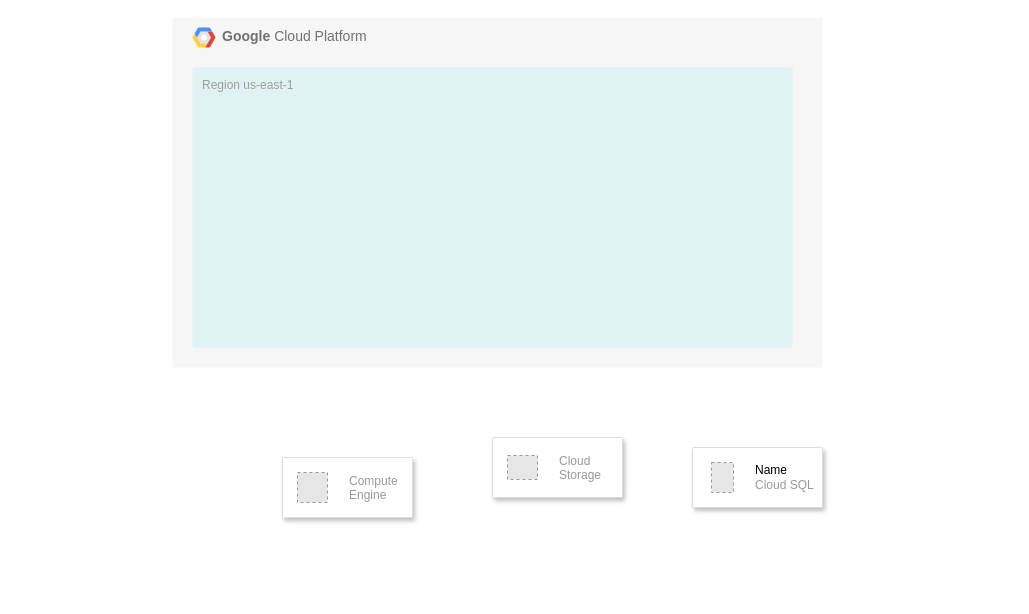
Earlier version of the draw.io diagram gcp.drawio (gryto/CapstoneProjectAWS). Source tidied: cells renumbered, new cells numbered last; positions are measured from the earlier drawing's top-left corner, leaving out a move shared by most shapes. Both pictures are drawn from the tidied source at 100%, with x=0, y=0 at pixel (172, 17). Pictures stored in the file or linked from it are replaced by grey dashed boxes.
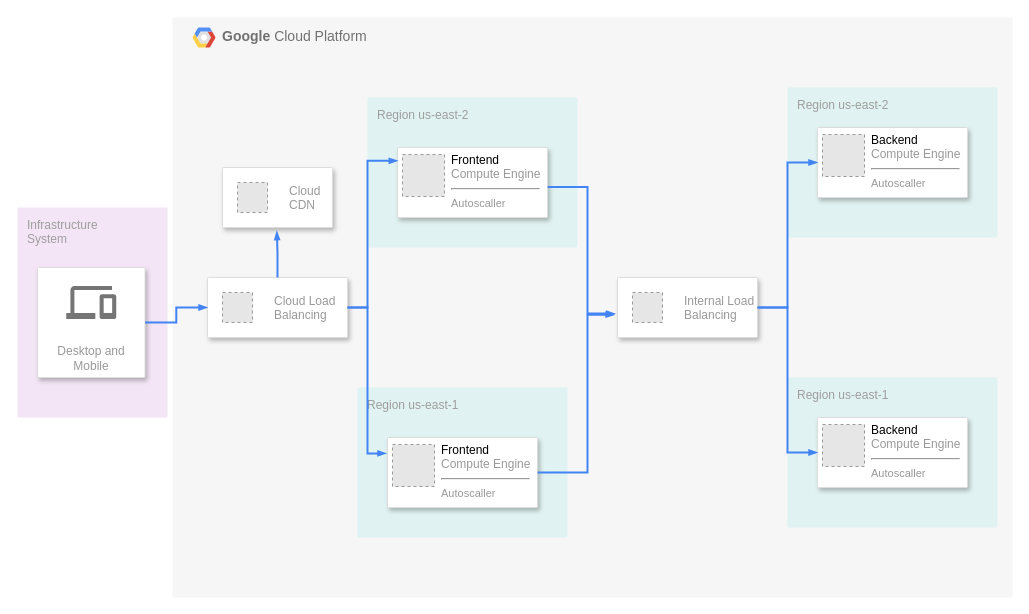
After the change.

What changed in the source:
```diff
@@
+    <mxCell id="11" value="Infrastructure&#10;System" style="sketch=0;rounded=1;absoluteArcSize=1;arcSize=2;html=1;strokeColor=none;gradientColor=none;shadow=0;dashed=0;fontSize=12;fontColor=#9E9E9E;align=left;verticalAlign=top;spacing=10;spacingTop=-4;fillColor=#F3E5F5;" parent="1" vertex="1">
+      <mxGeometry x="-155" y="190" width="150" height="210" as="geometry" />
+    </mxCell>
+    <mxCell id="12" value="Desktop and Mobile" style="strokeColor=#dddddd;shadow=1;strokeWidth=1;rounded=1;absoluteArcSize=1;arcSize=2;labelPosition=center;verticalLabelPosition=middle;align=center;verticalAlign=bottom;spacingLeft=0;fontColor=#999999;fontSize=12;whiteSpace=wrap;spacingBottom=2;" parent="1" vertex="1">
+      <mxGeometry x="-135" y="250" width="107.5" height="110" as="geometry" />
+    </mxCell>
+    <mxCell id="13" style="sketch=0;dashed=0;html=1;fillColor=#757575;strokeColor=none;shape=mxgraph.gcp2.desktop_and_mobile;" parent="12" vertex="1">
+      <mxGeometry x="0.5" width="50" height="33" relative="1" as="geometry">
+        <mxPoint x="-25" y="18.5" as="offset" />
+      </mxGeometry>
+    </mxCell>
-    <mxCell id="2" value="&lt;b&gt;Google &lt;/b&gt;Cloud Platform" style="fillColor=#F6F6F6;strokeColor=none;shadow=0;gradientColor=none;fontSize=14;align=left;spacing=10;fontColor=#717171;9E9E9E;verticalAlign=top;spacingTop=-4;fontStyle=0;spacingLeft=40;html=1;" parent="1" vertex="1">
-      <mxGeometry width="650" height="350" as="geometry" />
+    <mxCell id="2" value="&lt;b&gt;Google &lt;/b&gt;Cloud Platform" style="fillColor=#F6F6F6;strokeColor=none;shadow=0;gradientColor=none;fontSize=14;align=left;spacing=10;fontColor=#717171;9E9E9E;verticalAlign=top;spacingTop=-4;fontStyle=0;spacingLeft=40;html=1;imageAspect=0;" parent="1" vertex="1">
+      <mxGeometry width="840" height="580" as="geometry" />
     </mxCell>
@@
-    <mxCell id="4" value="Region us-east-1" style="sketch=0;rounded=1;absoluteArcSize=1;arcSize=2;html=1;strokeColor=none;gradientColor=none;shadow=0;dashed=0;fontSize=12;fontColor=#9E9E9E;align=left;verticalAlign=top;spacing=10;spacingTop=-4;fillColor=#E0F2F1;" parent="2" vertex="1">
-      <mxGeometry x="20" y="50" width="600" height="280" as="geometry" />
-    </mxCell>
-    <mxCell id="5" style="strokeColor=#dddddd;shadow=1;strokeWidth=1;rounded=1;absoluteArcSize=1;arcSize=2;" parent="1" vertex="1">
-      <mxGeometry x="520" y="430" width="130" height="60" as="geometry" />
-    </mxCell>
-    <mxCell id="6" value="&lt;font color=&quot;#000000&quot;&gt;Name&lt;/font&gt;&lt;br&gt;Cloud SQL" style="fillColor=#E6E6E6;strokeColor=#999999;dashed=1;html=1;fontColor=#999999;verticalLabelPosition=middle;labelBackgroundColor=#ffffff;verticalAlign=middle;labelPosition=right;align=left;spacingLeft=20;" parent="5" vertex="1">
-      <mxGeometry width="22" height="30" relative="1" as="geometry">
-        <mxPoint x="19" y="15" as="offset" />
-      </mxGeometry>
-    </mxCell>
-    <mxCell id="7" style="strokeColor=#dddddd;shadow=1;strokeWidth=1;rounded=1;absoluteArcSize=1;arcSize=2;" parent="1" vertex="1">
-      <mxGeometry x="110" y="440" width="130" height="60" as="geometry" />
-    </mxCell>
-    <mxCell id="8" value="Compute&#10;Engine" style="fillColor=#E6E6E6;strokeColor=#999999;dashed=1;fontColor=#999999;verticalLabelPosition=middle;labelBackgroundColor=#ffffff;verticalAlign=middle;labelPosition=right;align=left;spacingLeft=20;" parent="7" vertex="1">
-      <mxGeometry width="30" height="30" relative="1" as="geometry">
-        <mxPoint x="15" y="15" as="offset" />
-      </mxGeometry>
-    </mxCell>
-    <mxCell id="9" style="strokeColor=#dddddd;shadow=1;strokeWidth=1;rounded=1;absoluteArcSize=1;arcSize=2;" parent="1" vertex="1">
-      <mxGeometry x="320" y="420" width="130" height="60" as="geometry" />
-    </mxCell>
-    <mxCell id="10" value="Cloud&#10;Storage" style="fillColor=#E6E6E6;strokeColor=#999999;dashed=1;fontColor=#999999;verticalLabelPosition=middle;labelBackgroundColor=#ffffff;verticalAlign=middle;labelPosition=right;align=left;spacingLeft=20;" parent="9" vertex="1">
-      <mxGeometry width="30" height="24" relative="1" as="geometry">
-        <mxPoint x="15" y="18" as="offset" />
-      </mxGeometry>
-    </mxCell>
+    <mxCell id="14" style="strokeColor=#dddddd;shadow=1;strokeWidth=1;rounded=1;absoluteArcSize=1;arcSize=2;" parent="2" vertex="1">
+      <mxGeometry x="35" y="260" width="140" height="60" as="geometry" />
+    </mxCell>
+    <mxCell id="15" value="Cloud Load&#10;Balancing" style="fillColor=#E6E6E6;strokeColor=#999999;dashed=1;fontColor=#999999;verticalLabelPosition=middle;labelBackgroundColor=#ffffff;verticalAlign=middle;labelPosition=right;align=left;spacingLeft=20;" parent="14" vertex="1">
+      <mxGeometry width="30" height="30" relative="1" as="geometry">
+        <mxPoint x="15" y="15" as="offset" />
+      </mxGeometry>
+    </mxCell>
+    <mxCell id="16" value="Region us-east-1" style="sketch=0;rounded=1;absoluteArcSize=1;arcSize=2;html=1;strokeColor=none;gradientColor=none;shadow=0;dashed=0;fontSize=12;fontColor=#9E9E9E;align=left;verticalAlign=top;spacing=10;spacingTop=-4;fillColor=#E0F2F1;" parent="2" vertex="1">
+      <mxGeometry x="185" y="370" width="210" height="150" as="geometry" />
+    </mxCell>
+    <mxCell id="17" value="Region us-east-1" style="sketch=0;rounded=1;absoluteArcSize=1;arcSize=2;html=1;strokeColor=none;gradientColor=none;shadow=0;dashed=0;fontSize=12;fontColor=#9E9E9E;align=left;verticalAlign=top;spacing=10;spacingTop=-4;fillColor=#E0F2F1;" parent="2" vertex="1">
+      <mxGeometry x="615" y="360" width="210" height="150" as="geometry" />
+    </mxCell>
+    <mxCell id="18" style="strokeColor=#dddddd;shadow=1;strokeWidth=1;rounded=1;absoluteArcSize=1;arcSize=2;" parent="2" vertex="1">
+      <mxGeometry x="215" y="420" width="150" height="70" as="geometry" />
+    </mxCell>
+    <mxCell id="19" value="&lt;font color=&quot;#000000&quot;&gt;Frontend&lt;/font&gt;&lt;br&gt;Compute Engine&lt;hr&gt;&lt;font style=&quot;font-size: 11px&quot;&gt;Autoscaller&lt;/font&gt;" style="fillColor=#E6E6E6;strokeColor=#999999;dashed=1;html=1;labelPosition=right;verticalLabelPosition=middle;align=left;verticalAlign=top;spacingLeft=5;fontColor=#999999;fontSize=12;spacingTop=-8;" parent="18" vertex="1">
+      <mxGeometry width="42" height="42" relative="1" as="geometry">
+        <mxPoint x="5" y="7" as="offset" />
+      </mxGeometry>
+    </mxCell>
+    <mxCell id="20" style="strokeColor=#dddddd;shadow=1;strokeWidth=1;rounded=1;absoluteArcSize=1;arcSize=2;" parent="2" vertex="1">
+      <mxGeometry x="645" y="400" width="150" height="70" as="geometry" />
+    </mxCell>
+    <mxCell id="21" value="&lt;font color=&quot;#000000&quot;&gt;Backend&lt;/font&gt;&lt;br&gt;Compute Engine&lt;hr&gt;&lt;font style=&quot;font-size: 11px&quot;&gt;Autoscaller&lt;/font&gt;" style="fillColor=#E6E6E6;strokeColor=#999999;dashed=1;html=1;labelPosition=right;verticalLabelPosition=middle;align=left;verticalAlign=top;spacingLeft=5;fontColor=#999999;fontSize=12;spacingTop=-8;" parent="20" vertex="1">
+      <mxGeometry width="42" height="42" relative="1" as="geometry">
+        <mxPoint x="5" y="7" as="offset" />
+      </mxGeometry>
+    </mxCell>
+    <mxCell id="22" value="Region us-east-2" style="sketch=0;rounded=1;absoluteArcSize=1;arcSize=2;html=1;strokeColor=none;gradientColor=none;shadow=0;dashed=0;fontSize=12;fontColor=#9E9E9E;align=left;verticalAlign=top;spacing=10;spacingTop=-4;fillColor=#E0F2F1;" parent="2" vertex="1">
+      <mxGeometry x="195" y="80" width="210" height="150" as="geometry" />
+    </mxCell>
+    <mxCell id="23" value="Region us-east-2" style="sketch=0;rounded=1;absoluteArcSize=1;arcSize=2;html=1;strokeColor=none;gradientColor=none;shadow=0;dashed=0;fontSize=12;fontColor=#9E9E9E;align=left;verticalAlign=top;spacing=10;spacingTop=-4;fillColor=#E0F2F1;" parent="2" vertex="1">
+      <mxGeometry x="615" y="70" width="210" height="150" as="geometry" />
+    </mxCell>
+    <mxCell id="24" style="strokeColor=#dddddd;shadow=1;strokeWidth=1;rounded=1;absoluteArcSize=1;arcSize=2;" parent="2" vertex="1">
+      <mxGeometry x="225" y="130" width="150" height="70" as="geometry" />
+    </mxCell>
+    <mxCell id="25" value="&lt;font color=&quot;#000000&quot;&gt;Frontend&lt;/font&gt;&lt;br&gt;Compute Engine&lt;hr&gt;&lt;font style=&quot;font-size: 11px&quot;&gt;Autoscaller&lt;/font&gt;" style="fillColor=#E6E6E6;strokeColor=#999999;dashed=1;html=1;labelPosition=right;verticalLabelPosition=middle;align=left;verticalAlign=top;spacingLeft=5;fontColor=#999999;fontSize=12;spacingTop=-8;" parent="24" vertex="1">
+      <mxGeometry width="42" height="42" relative="1" as="geometry">
+        <mxPoint x="5" y="7" as="offset" />
+      </mxGeometry>
+    </mxCell>
+    <mxCell id="26" style="strokeColor=#dddddd;shadow=1;strokeWidth=1;rounded=1;absoluteArcSize=1;arcSize=2;" parent="2" vertex="1">
+      <mxGeometry x="645" y="110" width="150" height="70" as="geometry" />
+    </mxCell>
+    <mxCell id="27" value="&lt;font color=&quot;#000000&quot;&gt;Backend&lt;/font&gt;&lt;br&gt;Compute Engine&lt;hr&gt;&lt;font style=&quot;font-size: 11px&quot;&gt;Autoscaller&lt;/font&gt;" style="fillColor=#E6E6E6;strokeColor=#999999;dashed=1;html=1;labelPosition=right;verticalLabelPosition=middle;align=left;verticalAlign=top;spacingLeft=5;fontColor=#999999;fontSize=12;spacingTop=-8;" parent="26" vertex="1">
+      <mxGeometry width="42" height="42" relative="1" as="geometry">
+        <mxPoint x="5" y="7" as="offset" />
+      </mxGeometry>
+    </mxCell>
+    <mxCell id="28" style="strokeColor=#dddddd;shadow=1;strokeWidth=1;rounded=1;absoluteArcSize=1;arcSize=2;" parent="2" vertex="1">
+      <mxGeometry x="445" y="260" width="140" height="60" as="geometry" />
+    </mxCell>
+    <mxCell id="29" value="Internal Load&#10;Balancing" style="fillColor=#E6E6E6;strokeColor=#999999;dashed=1;fontColor=#999999;verticalLabelPosition=middle;labelBackgroundColor=#ffffff;verticalAlign=middle;labelPosition=right;align=left;spacingLeft=20;" parent="28" vertex="1">
+      <mxGeometry width="30" height="30" relative="1" as="geometry">
+        <mxPoint x="15" y="15" as="offset" />
+      </mxGeometry>
+    </mxCell>
+    <mxCell id="30" style="strokeColor=#dddddd;shadow=1;strokeWidth=1;rounded=1;absoluteArcSize=1;arcSize=2;" parent="2" vertex="1">
+      <mxGeometry x="50" y="150" width="110" height="60" as="geometry" />
+    </mxCell>
+    <mxCell id="31" value="Cloud&#10;CDN" style="fillColor=#E6E6E6;strokeColor=#999999;dashed=1;fontColor=#999999;verticalLabelPosition=middle;labelBackgroundColor=#ffffff;verticalAlign=middle;labelPosition=right;align=left;spacingLeft=20;" parent="30" vertex="1">
+      <mxGeometry width="30" height="30" relative="1" as="geometry">
+        <mxPoint x="15" y="15" as="offset" />
+      </mxGeometry>
+    </mxCell>
+    <mxCell id="32" style="edgeStyle=orthogonalEdgeStyle;fontSize=12;html=1;endArrow=blockThin;endFill=1;rounded=0;strokeWidth=2;endSize=4;startSize=4;dashed=0;strokeColor=#4284F3;entryX=0.494;entryY=1.062;entryDx=0;entryDy=0;entryPerimeter=0;" parent="2" edge="1" source="14" target="30">
+      <mxGeometry relative="1" as="geometry" />
+    </mxCell>
+    <mxCell id="33" style="edgeStyle=orthogonalEdgeStyle;fontSize=12;html=1;endArrow=blockThin;endFill=1;rounded=0;strokeWidth=2;endSize=4;startSize=4;dashed=0;strokeColor=#4284F3;entryX=-0.017;entryY=0.602;entryDx=0;entryDy=0;entryPerimeter=0;exitX=1.001;exitY=0.564;exitDx=0;exitDy=0;exitPerimeter=0;" parent="2" edge="1" source="24" target="28">
+      <mxGeometry relative="1" as="geometry">
+        <Array as="points">
+          <mxPoint x="415" y="169" />
+          <mxPoint x="415" y="296" />
+        </Array>
+      </mxGeometry>
+    </mxCell>
+    <mxCell id="34" style="edgeStyle=orthogonalEdgeStyle;fontSize=12;html=1;endArrow=blockThin;endFill=1;rounded=0;strokeWidth=2;endSize=4;startSize=4;dashed=0;strokeColor=#4284F3;exitX=1;exitY=0.5;exitDx=0;exitDy=0;entryX=-0.021;entryY=0.62;entryDx=0;entryDy=0;entryPerimeter=0;" parent="2" edge="1" source="18" target="28">
+      <mxGeometry relative="1" as="geometry">
+        <Array as="points">
+          <mxPoint x="415" y="455" />
+          <mxPoint x="415" y="297" />
+        </Array>
+      </mxGeometry>
+    </mxCell>
+    <mxCell id="35" style="edgeStyle=orthogonalEdgeStyle;fontSize=12;html=1;endArrow=blockThin;endFill=1;rounded=0;strokeWidth=2;endSize=4;startSize=4;dashed=0;strokeColor=#4284F3;entryX=0;entryY=0.5;entryDx=0;entryDy=0;exitX=1;exitY=0.5;exitDx=0;exitDy=0;" parent="2" edge="1" source="28" target="26">
+      <mxGeometry relative="1" as="geometry">
+        <Array as="points">
+          <mxPoint x="615" y="290" />
+          <mxPoint x="615" y="145" />
+        </Array>
+      </mxGeometry>
+    </mxCell>
+    <mxCell id="36" style="edgeStyle=orthogonalEdgeStyle;fontSize=12;html=1;endArrow=blockThin;endFill=1;rounded=0;strokeWidth=2;endSize=4;startSize=4;dashed=0;strokeColor=#4284F3;entryX=0;entryY=0.5;entryDx=0;entryDy=0;exitX=1;exitY=0.5;exitDx=0;exitDy=0;" parent="2" edge="1">
+      <mxGeometry relative="1" as="geometry">
+        <mxPoint x="585" y="290" as="sourcePoint" />
+        <mxPoint x="645" y="435" as="targetPoint" />
+        <Array as="points">
+          <mxPoint x="615" y="290" />
+          <mxPoint x="615" y="435" />
+        </Array>
+      </mxGeometry>
+    </mxCell>
+    <mxCell id="37" style="edgeStyle=orthogonalEdgeStyle;fontSize=12;html=1;endArrow=blockThin;endFill=1;rounded=0;strokeWidth=2;endSize=4;startSize=4;dashed=0;strokeColor=#4284F3;entryX=0.002;entryY=0.19;entryDx=0;entryDy=0;exitX=1;exitY=0.5;exitDx=0;exitDy=0;entryPerimeter=0;" parent="2" edge="1" target="24">
+      <mxGeometry relative="1" as="geometry">
+        <mxPoint x="175" y="290" as="sourcePoint" />
+        <Array as="points">
+          <mxPoint x="195" y="290" />
+          <mxPoint x="195" y="143" />
+        </Array>
+      </mxGeometry>
+    </mxCell>
+    <mxCell id="38" style="edgeStyle=orthogonalEdgeStyle;fontSize=12;html=1;endArrow=blockThin;endFill=1;rounded=0;strokeWidth=2;endSize=4;startSize=4;dashed=0;strokeColor=#4284F3;entryX=-0.007;entryY=0.227;entryDx=0;entryDy=0;exitX=1;exitY=0.5;exitDx=0;exitDy=0;entryPerimeter=0;" parent="2" edge="1" target="18">
+      <mxGeometry relative="1" as="geometry">
+        <mxPoint x="175" y="290" as="sourcePoint" />
+        <Array as="points">
+          <mxPoint x="195" y="290" />
+          <mxPoint x="195" y="436" />
+        </Array>
+      </mxGeometry>
+    </mxCell>
+    <mxCell id="39" style="edgeStyle=orthogonalEdgeStyle;fontSize=12;html=1;endArrow=blockThin;endFill=1;rounded=0;strokeWidth=2;endSize=4;startSize=4;dashed=0;strokeColor=#4284F3;exitX=1;exitY=0.5;exitDx=0;exitDy=0;entryX=0;entryY=0.5;entryDx=0;entryDy=0;" parent="1" edge="1" source="12" target="14">
+      <mxGeometry relative="1" as="geometry" />
+    </mxCell>
```
